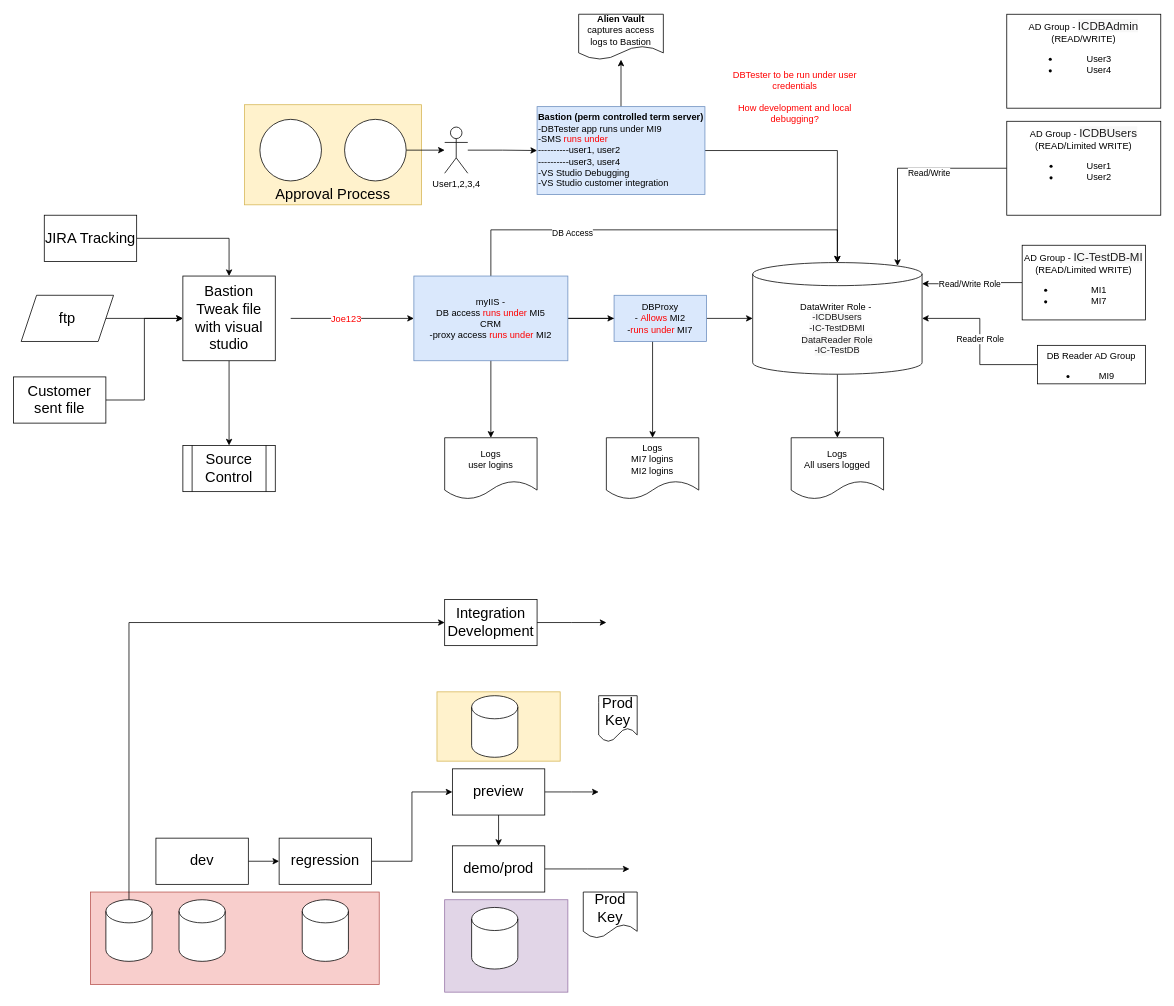
Above: Untitled Diagram.drawio in vjavle/invoicecloud (draw.io), before the change. Source tidied: cells renumbered, new cells numbered last; positions are measured from the earlier drawing's top-left corner, leaving out a move shared by most shapes. Both pictures are drawn from the tidied source at 77%, with x=0, y=0 at pixel (13, 14).
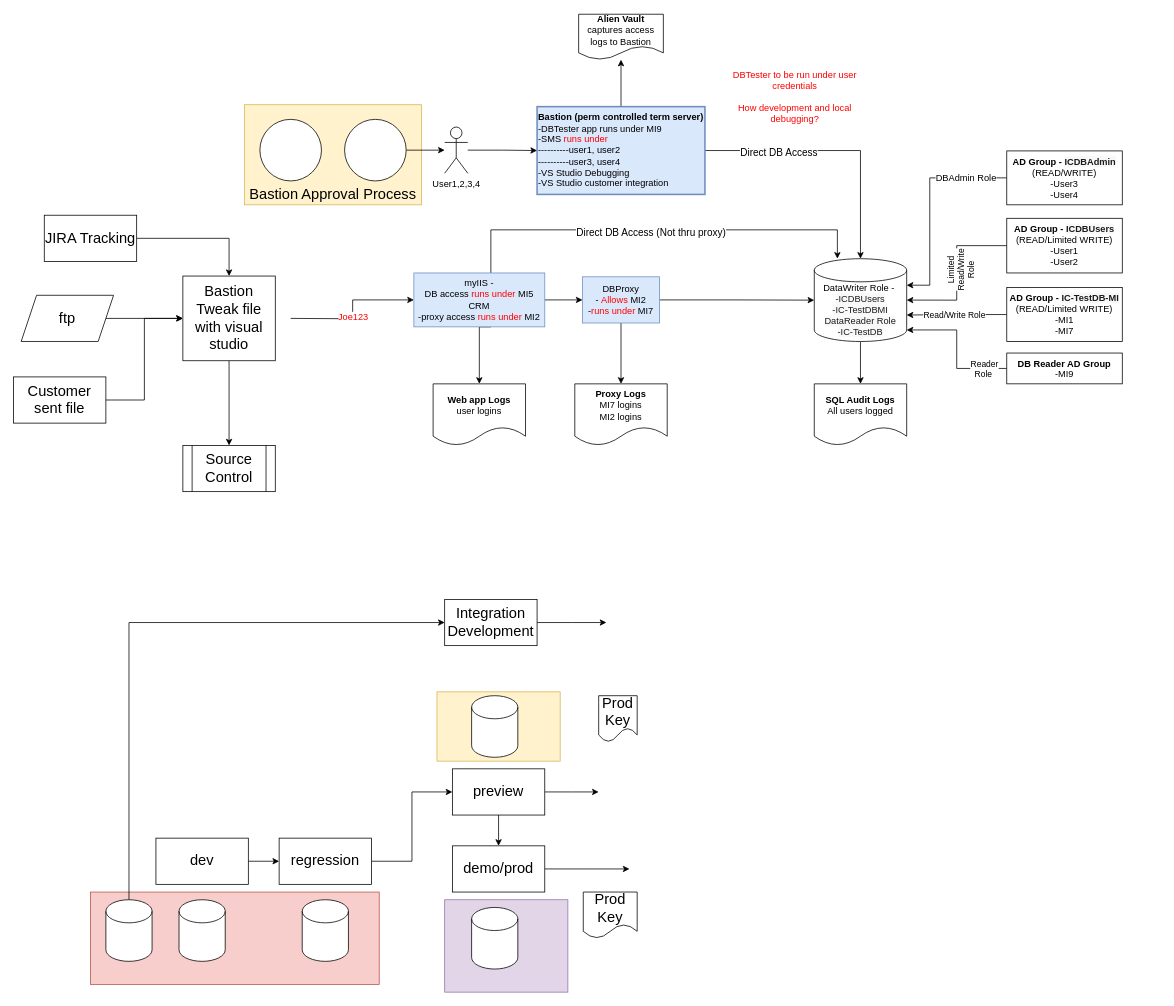
Above is the later version.

Unchanged cells that the change refers to:
```xml
<mxCell id="9" style="edgeStyle=orthogonalEdgeStyle;rounded=0;jettySize=auto;html=1;fontColor=#000000;startArrow=none;startFill=0;endArrow=classic;endFill=1;exitX=0.5;exitY=1;exitDx=0;exitDy=0;" parent="1" edge="1" source="13" target="17">
  <mxGeometry relative="1" as="geometry">
    <Array as="points">
      <mxPoint x="620" y="280" />
      <mxPoint x="1070" y="280" />
    </Array>
  </mxGeometry>
</mxCell>
<mxCell id="24" style="edgeStyle=orthogonalEdgeStyle;rounded=0;jettySize=auto;html=1;fontColor=#000000;startArrow=none;startFill=0;endArrow=classic;endFill=1;" parent="1" edge="1" source="26" target="17">
  <mxGeometry relative="1" as="geometry" />
</mxCell>
```

Change to the diagram source:
```diff
@@
-    <mxCell id="5" value="Approval Process" style="rounded=0;whiteSpace=wrap;html=1;fontSize=19;verticalAlign=bottom;fillColor=#fff2cc;strokeColor=#d6b656;" parent="1" vertex="1">
+    <mxCell id="5" value="Bastion Approval Process" style="rounded=0;whiteSpace=wrap;html=1;fontSize=19;verticalAlign=bottom;fillColor=#fff2cc;strokeColor=#d6b656;" parent="1" vertex="1">
       <mxGeometry x="300" y="117.5" width="230" height="130" as="geometry" />
     </mxCell>
@@
-    <mxCell id="10" value="DB Access" style="edgeLabel;html=1;align=center;verticalAlign=middle;fontColor=#000000;" parent="9" vertex="1">
-      <mxGeometry x="-0.17" y="-3" relative="1" as="geometry" />
+    <mxCell id="10" value="Direct DB Access (Not thru proxy)" style="edgeLabel;html=1;align=center;verticalAlign=middle;fontColor=#000000;fontSize=13;" parent="9" vertex="1">
+      <mxGeometry x="-0.17" y="-3" relative="1" as="geometry">
+        <mxPoint x="87" as="offset" />
+      </mxGeometry>
     </mxCell>
-    <mxCell id="11" style="edgeStyle=orthogonalEdgeStyle;rounded=0;jettySize=auto;html=1;fontColor=#000000;startArrow=none;startFill=0;endArrow=classic;endFill=1;" parent="1" edge="1" source="13" target="33">
-      <mxGeometry relative="1" as="geometry" />
-    </mxCell>
@@
     <mxCell id="13" value="myIIS - &lt;br&gt;DB access&amp;nbsp;&lt;span style=&quot;color: rgb(255 , 0 , 0)&quot;&gt;runs under&lt;/span&gt;&amp;nbsp;MI5&lt;br&gt;CRM &lt;br&gt;-proxy access&amp;nbsp;&lt;span style=&quot;color: rgb(255 , 0 , 0)&quot;&gt;runs under&lt;/span&gt;&amp;nbsp;MI2" style="rounded=0;whiteSpace=wrap;html=1;fillColor=#dae8fc;strokeColor=#6c8ebf;" parent="1" vertex="1">
-      <mxGeometry x="520" y="340" width="200" height="110" as="geometry" />
+      <mxGeometry x="520" y="336" width="170" height="70" as="geometry" />
     </mxCell>
@@
+    <mxCell id="69" style="edgeStyle=orthogonalEdgeStyle;rounded=0;jettySize=auto;html=1;fontSize=13;fontColor=#000000;startArrow=none;startFill=0;endArrow=classic;endFill=1;" parent="1" edge="1" source="15" target="33">
+      <mxGeometry relative="1" as="geometry" />
+    </mxCell>
     <mxCell id="15" value="DBProxy &lt;br&gt;-&amp;nbsp;&lt;font color=&quot;#ff0000&quot;&gt;Allows &lt;/font&gt;MI2&lt;br&gt;-&lt;font color=&quot;#ff0000&quot;&gt;runs under&lt;/font&gt; MI7" style="rounded=0;whiteSpace=wrap;html=1;fillColor=#dae8fc;strokeColor=#6c8ebf;" parent="1" vertex="1">
-      <mxGeometry x="780" y="365" width="120" height="60" as="geometry" />
+      <mxGeometry x="739" y="341" width="100" height="60" as="geometry" />
     </mxCell>
@@
     <mxCell id="17" value="DataWriter Role -&amp;nbsp;&lt;br style=&quot;font-size: 12px&quot;&gt;&lt;span style=&quot;color: rgb(29 , 28 , 29) ; font-size: 12px ; text-align: left ; background-color: rgb(248 , 248 , 248)&quot;&gt;-ICDBUsers&lt;br style=&quot;font-size: 12px&quot;&gt;&lt;/span&gt;&lt;span style=&quot;color: rgb(29 , 28 , 29) ; font-size: 12px ; text-align: left ; background-color: rgb(248 , 248 , 248)&quot;&gt;-IC-TestDBMI&lt;br style=&quot;font-size: 12px&quot;&gt;DataReader Role&lt;br style=&quot;font-size: 12px&quot;&gt;&lt;/span&gt;&lt;span style=&quot;color: rgb(29 , 28 , 29) ; font-size: 12px ; text-align: left ; background-color: rgb(248 , 248 , 248)&quot;&gt;-IC-TestDB&lt;/span&gt;&lt;span style=&quot;color: rgb(29 , 28 , 29) ; font-size: 12px ; text-align: left ; background-color: rgb(248 , 248 , 248)&quot;&gt;&lt;br style=&quot;font-size: 12px&quot;&gt;&lt;/span&gt;" style="shape=cylinder3;whiteSpace=wrap;html=1;boundedLbl=1;backgroundOutline=1;size=15;fontSize=12;" parent="1" vertex="1">
-      <mxGeometry x="960" y="322.5" width="220" height="145" as="geometry" />
+      <mxGeometry x="1040" y="317.5" width="120" height="107.5" as="geometry" />
     </mxCell>
-    <mxCell id="18" style="edgeStyle=orthogonalEdgeStyle;rounded=0;jettySize=auto;html=1;entryX=1;entryY=0;entryDx=0;entryDy=27.5;entryPerimeter=0;startArrow=none;startFill=0;endArrow=classic;endFill=1;" parent="1" edge="1" source="20" target="17">
+    <mxCell id="18" style="edgeStyle=orthogonalEdgeStyle;rounded=0;jettySize=auto;html=1;entryX=1;entryY=0;entryDx=0;entryDy=73.125;entryPerimeter=0;startArrow=none;startFill=0;endArrow=classic;endFill=1;" parent="1" edge="1" source="20" target="17">
       <mxGeometry relative="1" as="geometry" />
     </mxCell>
@@
-    <mxCell id="20" value="AD Group -&amp;nbsp;&lt;span style=&quot;color: rgb(29 , 28 , 29) ; font-family: , , &amp;#34;applelogo&amp;#34; , sans-serif ; font-size: 15px ; text-align: left ; background-color: rgb(248 , 248 , 248)&quot;&gt;IC-TestDB-MI&lt;br&gt;&lt;/span&gt;(READ/Limited WRITE)&lt;br&gt;&lt;ul&gt;&lt;li&gt;MI1&lt;/li&gt;&lt;li&gt;MI7&lt;/li&gt;&lt;/ul&gt;" style="rounded=0;whiteSpace=wrap;html=1;verticalAlign=top;" parent="1" vertex="1">
-      <mxGeometry x="1310" y="300" width="160" height="97" as="geometry" />
+    <mxCell id="20" value="&lt;b&gt;AD Group -&amp;nbsp;&lt;/b&gt;&lt;span style=&quot;color: rgb(29 , 28 , 29) ; font-size: 12px ; text-align: left ; background-color: rgb(248 , 248 , 248)&quot;&gt;&lt;b&gt;IC-TestDB-MI&lt;/b&gt;&lt;br style=&quot;font-size: 12px&quot;&gt;&lt;/span&gt;(READ/Limited WRITE)&lt;br&gt;&lt;span&gt;-MI1&lt;br&gt;&lt;/span&gt;&lt;span&gt;-MI7&lt;/span&gt;&lt;span&gt;&lt;br&gt;&lt;/span&gt;" style="rounded=0;whiteSpace=wrap;html=1;verticalAlign=top;fontFamily=Helvetica;fontSize=12;" parent="1" vertex="1">
+      <mxGeometry x="1290" y="355" width="150" height="70" as="geometry" />
     </mxCell>
-    <mxCell id="21" style="edgeStyle=orthogonalEdgeStyle;rounded=0;jettySize=auto;html=1;fontColor=#000000;startArrow=none;startFill=0;endArrow=classic;endFill=1;entryX=1;entryY=0.5;entryDx=0;entryDy=0;entryPerimeter=0;" parent="1" edge="1" source="23" target="17">
+    <mxCell id="21" style="edgeStyle=orthogonalEdgeStyle;rounded=0;jettySize=auto;html=1;fontColor=#000000;startArrow=none;startFill=0;endArrow=classic;endFill=1;entryX=1;entryY=1;entryDx=0;entryDy=-15;entryPerimeter=0;" parent="1" edge="1" source="23" target="17">
       <mxGeometry relative="1" as="geometry" />
     </mxCell>
-    <mxCell id="22" value="Reader Role&amp;nbsp;" style="edgeLabel;html=1;align=center;verticalAlign=middle;fontColor=#000000;" parent="21" vertex="1">
-      <mxGeometry x="0.04" y="-1" relative="1" as="geometry" />
+    <mxCell id="22" value="Reader&lt;br&gt;Role&amp;nbsp;" style="edgeLabel;html=1;align=center;verticalAlign=middle;fontColor=#000000;" parent="21" vertex="1">
+      <mxGeometry x="0.04" y="-1" relative="1" as="geometry">
+        <mxPoint x="34" y="29" as="offset" />
+      </mxGeometry>
     </mxCell>
-    <mxCell id="23" value="DB Reader AD Group&lt;br&gt;&lt;ul&gt;&lt;li&gt;MI9&lt;/li&gt;&lt;/ul&gt;" style="rounded=0;whiteSpace=wrap;html=1;verticalAlign=top;" parent="1" vertex="1">
-      <mxGeometry x="1330" y="430" width="140" height="50" as="geometry" />
+    <mxCell id="23" value="&lt;b&gt;DB Reader AD Group&lt;/b&gt;&lt;br&gt;&lt;span&gt;-MI9&lt;/span&gt;" style="rounded=0;whiteSpace=wrap;html=1;verticalAlign=top;fontFamily=Helvetica;fontSize=12;" parent="1" vertex="1">
+      <mxGeometry x="1290" y="440" width="150" height="40" as="geometry" />
     </mxCell>
@@
+    <mxCell id="70" value="Direct DB Access" style="edgeLabel;html=1;align=center;verticalAlign=middle;fontSize=13;fontColor=#000000;" parent="24" vertex="1">
+      <mxGeometry x="-0.66" y="-2" relative="1" as="geometry">
+        <mxPoint x="37" as="offset" />
+      </mxGeometry>
+    </mxCell>
@@
-    <mxCell id="26" value="&lt;font color=&quot;#000000&quot;&gt;&lt;b&gt;Bastion (perm controlled term server)&lt;/b&gt;&lt;br&gt;&lt;div style=&quot;text-align: left&quot;&gt;&lt;span&gt;-DBTester app runs under MI9&lt;/span&gt;&lt;/div&gt;&lt;div style=&quot;text-align: left&quot;&gt;&lt;font color=&quot;#000000&quot;&gt;-SMS &lt;/font&gt;&lt;font color=&quot;#ff0000&quot;&gt;runs under&lt;/font&gt;&lt;/div&gt;&lt;/font&gt;&lt;div style=&quot;text-align: left&quot;&gt;&lt;span&gt;----------user1, user2&lt;/span&gt;&lt;/div&gt;&lt;div style=&quot;text-align: left&quot;&gt;&lt;span&gt;----------user3, user4&lt;/span&gt;&lt;/div&gt;&lt;div style=&quot;text-align: left&quot;&gt;&lt;span&gt;-VS Studio Debugging&lt;/span&gt;&lt;/div&gt;&lt;div style=&quot;text-align: left&quot;&gt;&lt;span&gt;-VS Studio customer integration&lt;/span&gt;&lt;/div&gt;" style="rounded=0;whiteSpace=wrap;html=1;fillColor=#dae8fc;strokeColor=#6c8ebf;" parent="1" vertex="1">
+    <mxCell id="26" value="&lt;font color=&quot;#000000&quot;&gt;&lt;b&gt;Bastion (perm controlled term server)&lt;/b&gt;&lt;br&gt;&lt;div style=&quot;text-align: left&quot;&gt;&lt;span&gt;-DBTester app runs under MI9&lt;/span&gt;&lt;/div&gt;&lt;div style=&quot;text-align: left&quot;&gt;&lt;font color=&quot;#000000&quot;&gt;-SMS &lt;/font&gt;&lt;font color=&quot;#ff0000&quot;&gt;runs under&lt;/font&gt;&lt;/div&gt;&lt;/font&gt;&lt;div style=&quot;text-align: left&quot;&gt;&lt;span&gt;----------user1, user2&lt;/span&gt;&lt;/div&gt;&lt;div style=&quot;text-align: left&quot;&gt;&lt;span&gt;----------user3, user4&lt;/span&gt;&lt;/div&gt;&lt;div style=&quot;text-align: left&quot;&gt;&lt;span&gt;-VS Studio Debugging&lt;/span&gt;&lt;/div&gt;&lt;div style=&quot;text-align: left&quot;&gt;&lt;span&gt;-VS Studio customer integration&lt;/span&gt;&lt;/div&gt;" style="rounded=0;whiteSpace=wrap;html=1;fillColor=#dae8fc;strokeColor=#6c8ebf;strokeWidth=2;" parent="1" vertex="1">
       <mxGeometry x="680" y="120" width="218" height="114" as="geometry" />
     </mxCell>
@@
-    <mxCell id="28" style="edgeStyle=orthogonalEdgeStyle;rounded=0;jettySize=auto;html=1;entryX=0.855;entryY=0;entryDx=0;entryDy=4.35;entryPerimeter=0;fontColor=#000000;startArrow=none;startFill=0;endArrow=classic;endFill=1;" parent="1" edge="1" source="30" target="17">
+    <mxCell id="28" style="edgeStyle=orthogonalEdgeStyle;rounded=0;jettySize=auto;html=1;entryX=1;entryY=0.5;entryDx=0;entryDy=0;entryPerimeter=0;fontColor=#000000;startArrow=none;startFill=0;endArrow=classic;endFill=1;" parent="1" edge="1" source="30" target="17">
       <mxGeometry relative="1" as="geometry" />
     </mxCell>
-    <mxCell id="29" value="Read/Write" style="edgeLabel;html=1;align=center;verticalAlign=middle;fontColor=#000000;" parent="28" vertex="1">
-      <mxGeometry x="-0.24" y="5" relative="1" as="geometry" />
+    <mxCell id="29" value="Limited&lt;br&gt;Read/Write&lt;br&gt;Role" style="edgeLabel;html=1;align=center;verticalAlign=middle;fontColor=#000000;horizontal=0;" parent="28" vertex="1">
+      <mxGeometry x="-0.24" y="5" relative="1" as="geometry">
+        <mxPoint y="22" as="offset" />
+      </mxGeometry>
     </mxCell>
-    <mxCell id="30" value="AD Group -&amp;nbsp;&lt;span style=&quot;color: rgb(29 , 28 , 29) ; font-family: , , &amp;#34;applelogo&amp;#34; , sans-serif ; font-size: 15px ; text-align: left ; background-color: rgb(248 , 248 , 248)&quot;&gt;ICDBUsers&lt;br&gt;&lt;/span&gt;(READ/Limited WRITE)&lt;br&gt;&lt;ul&gt;&lt;li&gt;User1&lt;/li&gt;&lt;li&gt;User2&lt;/li&gt;&lt;/ul&gt;" style="rounded=0;whiteSpace=wrap;html=1;verticalAlign=top;" parent="1" vertex="1">
-      <mxGeometry x="1290" y="139" width="200" height="122" as="geometry" />
+    <mxCell id="30" value="&lt;b&gt;AD Group -&amp;nbsp;&lt;/b&gt;&lt;span style=&quot;color: rgb(29 , 28 , 29) ; font-size: 12px ; text-align: left ; background-color: rgb(248 , 248 , 248)&quot;&gt;&lt;b&gt;ICDBUsers&lt;/b&gt;&lt;br style=&quot;font-size: 12px&quot;&gt;&lt;/span&gt;(READ/Limited WRITE)&lt;br&gt;&lt;span&gt;-User1&lt;br&gt;&lt;/span&gt;&lt;span&gt;-User2&lt;/span&gt;&lt;span&gt;&lt;br&gt;&lt;/span&gt;" style="rounded=0;whiteSpace=wrap;html=1;verticalAlign=top;fontFamily=Helvetica;fontSize=12;" parent="1" vertex="1">
+      <mxGeometry x="1290" y="265" width="150" height="71" as="geometry" />
     </mxCell>
+    <mxCell id="71" style="edgeStyle=orthogonalEdgeStyle;rounded=0;jettySize=auto;html=1;entryX=1;entryY=0;entryDx=0;entryDy=34.375;entryPerimeter=0;fontFamily=Helvetica;fontSize=12;fontColor=#000000;startArrow=none;startFill=0;endArrow=classic;endFill=1;" parent="1" edge="1" source="31" target="17">
+      <mxGeometry relative="1" as="geometry">
+        <Array as="points">
+          <mxPoint x="1190" y="213" />
+          <mxPoint x="1190" y="352" />
+        </Array>
+      </mxGeometry>
+    </mxCell>
+    <mxCell id="72" value="DBAdmin Role" style="edgeLabel;html=1;align=center;verticalAlign=middle;fontSize=12;fontFamily=Helvetica;fontColor=#000000;" parent="71" vertex="1">
+      <mxGeometry x="-0.41" relative="1" as="geometry">
+        <mxPoint x="25" as="offset" />
+      </mxGeometry>
+    </mxCell>
-    <mxCell id="31" value="AD Group -&amp;nbsp;&lt;span style=&quot;color: rgb(29 , 28 , 29) ; font-family: , , &amp;#34;applelogo&amp;#34; , sans-serif ; font-size: 15px ; text-align: left ; background-color: rgb(248 , 248 , 248)&quot;&gt;ICDBAdmin&lt;br&gt;&lt;/span&gt;(READ/WRITE)&lt;br&gt;&lt;ul&gt;&lt;li&gt;&lt;span&gt;User3&lt;/span&gt;&lt;br&gt;&lt;/li&gt;&lt;li&gt;User4&lt;/li&gt;&lt;/ul&gt;" style="rounded=0;whiteSpace=wrap;html=1;verticalAlign=top;" parent="1" vertex="1">
-      <mxGeometry x="1290" width="200" height="122" as="geometry" />
+    <mxCell id="31" value="&lt;b&gt;AD Group -&amp;nbsp;&lt;/b&gt;&lt;span style=&quot;color: rgb(29 , 28 , 29) ; font-size: 12px ; text-align: left ; background-color: rgb(248 , 248 , 248)&quot;&gt;&lt;b&gt;ICDBAdmin&lt;/b&gt;&lt;br style=&quot;font-size: 12px&quot;&gt;&lt;/span&gt;(READ/WRITE)&lt;br&gt;&lt;span&gt;-User3&lt;br&gt;&lt;/span&gt;&lt;span&gt;-User4&lt;/span&gt;&lt;span&gt;&lt;br&gt;&lt;/span&gt;" style="rounded=0;whiteSpace=wrap;html=1;verticalAlign=top;fontFamily=Helvetica;fontSize=12;" parent="1" vertex="1">
+      <mxGeometry x="1290" y="177.5" width="150" height="70" as="geometry" />
     </mxCell>
@@
-    <mxCell id="33" value="Logs&lt;br&gt;MI7 logins&lt;br&gt;MI2 logins" style="shape=document;whiteSpace=wrap;html=1;boundedLbl=1;fontColor=#000000;" parent="1" vertex="1">
-      <mxGeometry x="770" y="550" width="120" height="80" as="geometry" />
+    <mxCell id="33" value="&lt;b&gt;Proxy Logs&lt;/b&gt;&lt;br&gt;MI7 logins&lt;br&gt;MI2 logins" style="shape=document;whiteSpace=wrap;html=1;boundedLbl=1;fontColor=#000000;" parent="1" vertex="1">
+      <mxGeometry x="729" y="480" width="120" height="80" as="geometry" />
     </mxCell>
-    <mxCell id="34" value="Logs&lt;br&gt;user logins" style="shape=document;whiteSpace=wrap;html=1;boundedLbl=1;fontColor=#000000;" parent="1" vertex="1">
-      <mxGeometry x="560" y="550" width="120" height="80" as="geometry" />
+    <mxCell id="34" value="&lt;b&gt;Web app Logs&lt;/b&gt;&lt;br&gt;user logins" style="shape=document;whiteSpace=wrap;html=1;boundedLbl=1;fontColor=#000000;" parent="1" vertex="1">
+      <mxGeometry x="545" y="480" width="120" height="80" as="geometry" />
     </mxCell>
-    <mxCell id="35" value="Logs&lt;br&gt;All users logged" style="shape=document;whiteSpace=wrap;html=1;boundedLbl=1;fontColor=#000000;" parent="1" vertex="1">
-      <mxGeometry x="1010" y="550" width="120" height="80" as="geometry" />
+    <mxCell id="35" value="&lt;b&gt;SQL Audit Logs&lt;/b&gt;&lt;br&gt;All users logged" style="shape=document;whiteSpace=wrap;html=1;boundedLbl=1;fontColor=#000000;" parent="1" vertex="1">
+      <mxGeometry x="1040" y="480" width="120" height="80" as="geometry" />
     </mxCell>
```
